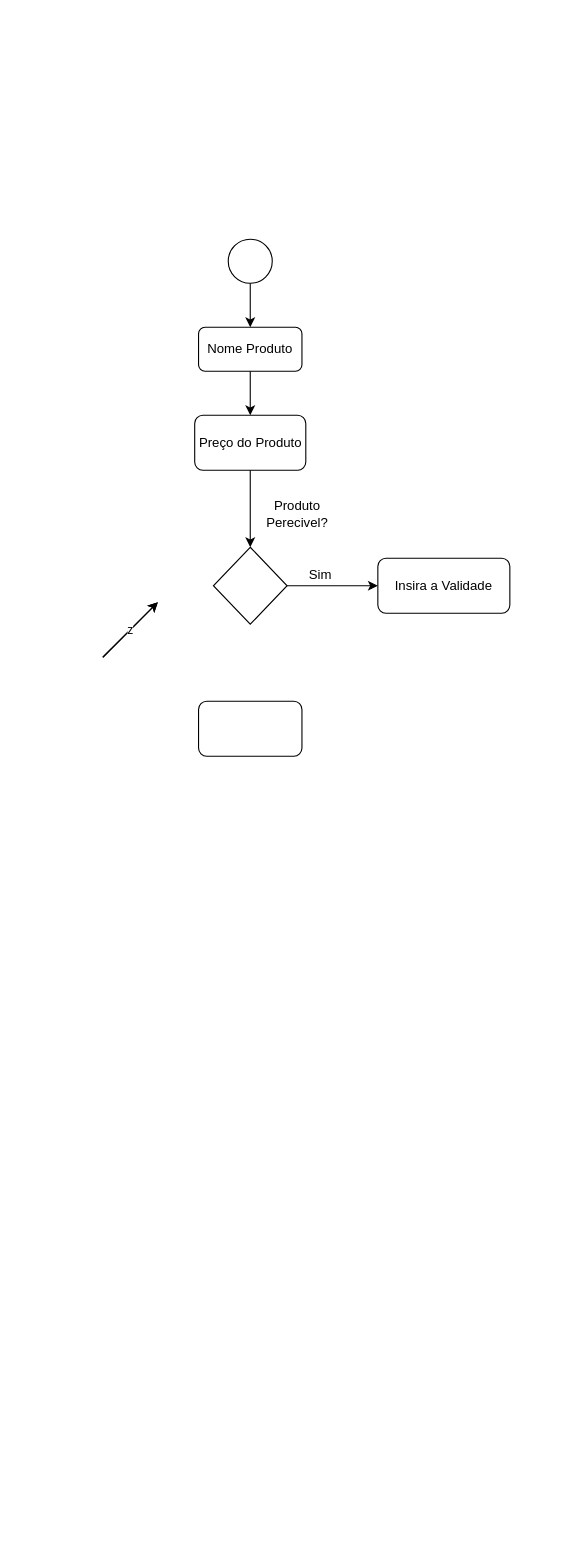
The draw.io diagram page "FluxoDeAtividadeAdicionarProduto" (5 of 6) of DiagramasPIMVII.drawio in GustavoFerreira143/AtividadeSenai, before the edit. Source tidied: cells renumbered, new cells numbered last; positions are measured from the earlier drawing's top-left corner, leaving out a move shared by most shapes. Both pictures are drawn from the tidied source at 110%, with x=0, y=0 at pixel (102, 239).
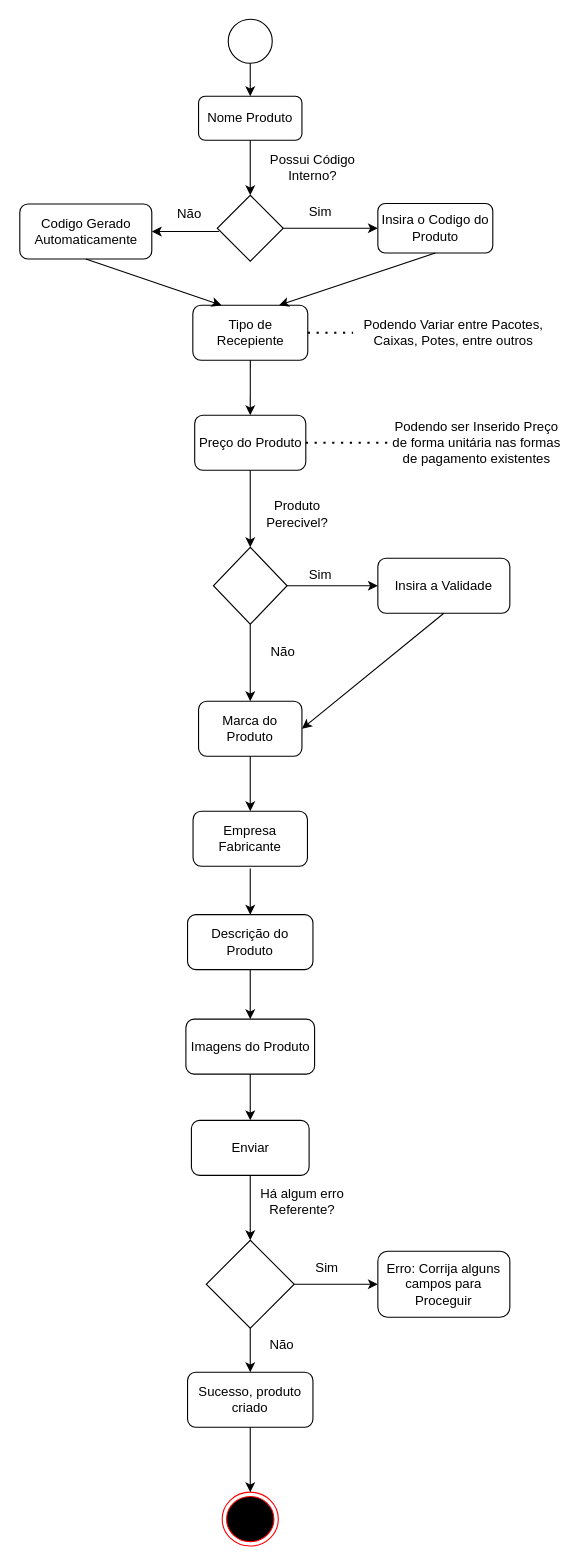
The same page after the edit.

Unchanged cells that the change refers to:
```xml
<mxCell id="5" value="Preço do Produto" style="rounded=1;whiteSpace=wrap;html=1;" parent="1" vertex="1">
  <mxGeometry x="83.5" y="160" width="101" height="50" as="geometry" />
</mxCell>
<mxCell id="7" style="rhombus;whiteSpace=wrap;html=1;" parent="1" vertex="1">
  <mxGeometry x="100.5" y="280" width="67" height="70" as="geometry" />
</mxCell>
<mxCell id="10" value="Insira a Validade" style="rounded=1;whiteSpace=wrap;html=1;" parent="1" vertex="1">
  <mxGeometry x="250" y="290" width="120" height="50" as="geometry" />
</mxCell>
```

Diff of the diagram source:
```diff
@@
     <mxCell id="2" style="ellipse;whiteSpace=wrap;html=1;" parent="1" vertex="1">
-      <mxGeometry x="114" width="40" height="40" as="geometry" />
+      <mxGeometry x="114" y="-200" width="40" height="40" as="geometry" />
     </mxCell>
     <mxCell id="3" value="Nome Produto" style="rounded=1;whiteSpace=wrap;html=1;" parent="1" vertex="1">
-      <mxGeometry x="87" y="80" width="94" height="40" as="geometry" />
+      <mxGeometry x="87" y="-130" width="94" height="40" as="geometry" />
     </mxCell>
-    <mxCell id="4" style="endArrow=classic;html=1;rounded=0;exitX=0.5;exitY=1;exitDx=0;exitDy=0;entryX=0.5;entryY=0;entryDx=0;entryDy=0;" parent="1" edge="1" source="2" target="3">
-      <mxGeometry relative="1" as="geometry" />
-    </mxCell>
@@
-    <mxCell id="6" style="endArrow=classic;html=1;rounded=0;exitX=0.5;exitY=1;exitDx=0;exitDy=0;entryX=0.5;entryY=0;entryDx=0;entryDy=0;" parent="1" edge="1" source="3" target="5">
-      <mxGeometry relative="1" as="geometry" />
-    </mxCell>
@@
-    <mxCell id="13" style="rounded=1;whiteSpace=wrap;html=1;" parent="1" vertex="1">
+    <mxCell id="13" value="Marca do Produto" style="rounded=1;whiteSpace=wrap;html=1;" parent="1" vertex="1">
       <mxGeometry x="87" y="420" width="94" height="50" as="geometry" />
     </mxCell>
-    <mxCell id="14" style="endArrow=classic;html=1;rounded=0;" parent="1" edge="1">
-      <mxGeometry relative="1" as="geometry">
-        <mxPoint y="380" as="sourcePoint" />
-        <mxPoint x="50" y="330" as="targetPoint" />
-      </mxGeometry>
-    </mxCell>
-    <mxCell id="15" value="z" style="endArrow=classic;html=1;rounded=0;" parent="1" edge="1">
-      <mxGeometry relative="1" as="geometry">
-        <mxPoint y="380" as="sourcePoint" />
-        <mxPoint x="50" y="330" as="targetPoint" />
-      </mxGeometry>
+    <mxCell id="15" style="endArrow=classic;html=1;rounded=0;exitX=0.5;exitY=1;exitDx=0;exitDy=0;entryX=0.5;entryY=0;entryDx=0;entryDy=0;" parent="1" edge="1" source="7" target="13">
+      <mxGeometry x="-0.01" relative="1" as="geometry" />
     </mxCell>
+    <mxCell id="16" value="Não" style="text;html=1;align=center;verticalAlign=middle;whiteSpace=wrap;rounded=0;" parent="1" vertex="1">
+      <mxGeometry x="134" y="360" width="60" height="30" as="geometry" />
+    </mxCell>
+    <mxCell id="17" value="Empresa Fabricante" style="rounded=1;whiteSpace=wrap;html=1;" parent="1" vertex="1">
+      <mxGeometry x="82" y="520" width="104" height="50" as="geometry" />
+    </mxCell>
+    <mxCell id="18" style="endArrow=classic;html=1;rounded=0;exitX=0.5;exitY=1;exitDx=0;exitDy=0;entryX=0.5;entryY=0;entryDx=0;entryDy=0;" parent="1" edge="1" source="13" target="17">
+      <mxGeometry relative="1" as="geometry" />
+    </mxCell>
+    <mxCell id="19" style="endArrow=classic;html=1;rounded=0;exitX=0.5;exitY=1;exitDx=0;exitDy=0;entryX=1;entryY=0.5;entryDx=0;entryDy=0;" parent="1" edge="1" source="10" target="13">
+      <mxGeometry relative="1" as="geometry" />
+    </mxCell>
+    <mxCell id="20" value="Descrição do Produto" style="rounded=1;whiteSpace=wrap;html=1;" parent="1" vertex="1">
+      <mxGeometry x="77" y="614" width="114" height="50" as="geometry" />
+    </mxCell>
+    <mxCell id="21" style="endArrow=classic;html=1;rounded=0;entryX=0.5;entryY=0;entryDx=0;entryDy=0;" parent="1" edge="1" target="20">
+      <mxGeometry relative="1" as="geometry">
+        <mxPoint x="134" y="572" as="sourcePoint" />
+      </mxGeometry>
+    </mxCell>
+    <mxCell id="22" value="Imagens do Produto" style="rounded=1;whiteSpace=wrap;html=1;" parent="1" vertex="1">
+      <mxGeometry x="75.5" y="709" width="117" height="50" as="geometry" />
+    </mxCell>
+    <mxCell id="23" style="endArrow=classic;html=1;rounded=0;exitX=0.5;exitY=1;exitDx=0;exitDy=0;entryX=0.5;entryY=0;entryDx=0;entryDy=0;" parent="1" edge="1" source="20" target="22">
+      <mxGeometry relative="1" as="geometry" />
+    </mxCell>
+    <mxCell id="24" value="Podendo ser Inserido Preço de forma unitária nas formas de pagamento existentes" style="text;html=1;align=center;verticalAlign=middle;whiteSpace=wrap;rounded=0;" parent="1" vertex="1">
+      <mxGeometry x="260" y="145" width="160" height="80" as="geometry" />
+    </mxCell>
+    <mxCell id="25" style="endArrow=none;dashed=1;html=1;dashPattern=1 3;strokeWidth=2;rounded=0;entryX=0;entryY=0.5;entryDx=0;entryDy=0;exitX=1;exitY=0.5;exitDx=0;exitDy=0;" parent="1" edge="1" source="5" target="24">
+      <mxGeometry relative="1" as="geometry" />
+    </mxCell>
+    <mxCell id="26" value="Enviar" style="rounded=1;whiteSpace=wrap;html=1;" parent="1" vertex="1">
+      <mxGeometry x="80.5" y="801" width="107" height="50" as="geometry" />
+    </mxCell>
+    <mxCell id="27" style="endArrow=classic;html=1;rounded=0;entryX=0.5;entryY=0;entryDx=0;entryDy=0;exitX=0.5;exitY=1;exitDx=0;exitDy=0;" parent="1" edge="1" source="22" target="26">
+      <mxGeometry relative="1" as="geometry" />
+    </mxCell>
+    <mxCell id="28" style="rhombus;whiteSpace=wrap;html=1;" parent="1" vertex="1">
+      <mxGeometry x="94" y="910" width="80" height="80" as="geometry" />
+    </mxCell>
+    <mxCell id="29" style="endArrow=classic;html=1;rounded=0;exitX=0.5;exitY=1;exitDx=0;exitDy=0;entryX=0.5;entryY=0;entryDx=0;entryDy=0;" parent="1" edge="1" source="26" target="28">
+      <mxGeometry relative="1" as="geometry" />
+    </mxCell>
+    <mxCell id="30" value="Erro: Corrija alguns campos para Proceguir" style="rounded=1;whiteSpace=wrap;html=1;" parent="1" vertex="1">
+      <mxGeometry x="250" y="920" width="120" height="60" as="geometry" />
+    </mxCell>
+    <mxCell id="31" value="Sucesso, produto criado" style="rounded=1;whiteSpace=wrap;html=1;" parent="1" vertex="1">
+      <mxGeometry x="77" y="1030" width="114" height="50" as="geometry" />
+    </mxCell>
+    <mxCell id="32" style="endArrow=classic;html=1;rounded=0;entryX=0;entryY=0.5;entryDx=0;entryDy=0;exitX=1;exitY=0.5;exitDx=0;exitDy=0;" parent="1" edge="1" source="28" target="30">
+      <mxGeometry relative="1" as="geometry" />
+    </mxCell>
+    <mxCell id="33" style="endArrow=classic;html=1;rounded=0;entryX=0.5;entryY=0;entryDx=0;entryDy=0;exitX=0.5;exitY=1;exitDx=0;exitDy=0;" parent="1" edge="1" source="28" target="31">
+      <mxGeometry relative="1" as="geometry" />
+    </mxCell>
+    <mxCell id="34" style="ellipse;html=1;shape=endState;fillColor=#000000;strokeColor=#ff0000;" parent="1" vertex="1">
+      <mxGeometry x="108.5" y="1139" width="51" height="49" as="geometry" />
+    </mxCell>
+    <mxCell id="35" style="endArrow=classic;html=1;rounded=0;entryX=0.5;entryY=0;entryDx=0;entryDy=0;exitX=0.5;exitY=1;exitDx=0;exitDy=0;" parent="1" edge="1" source="31" target="34">
+      <mxGeometry relative="1" as="geometry" />
+    </mxCell>
+    <mxCell id="36" value="Há algum erro Referente?" style="text;html=1;align=center;verticalAlign=middle;whiteSpace=wrap;rounded=0;" parent="1" vertex="1">
+      <mxGeometry x="134.5" y="860" width="93" height="30" as="geometry" />
+    </mxCell>
+    <mxCell id="37" value="Sim" style="text;html=1;align=center;verticalAlign=middle;whiteSpace=wrap;rounded=0;" parent="1" vertex="1">
+      <mxGeometry x="174" y="920" width="60" height="30" as="geometry" />
+    </mxCell>
+    <mxCell id="38" value="Não" style="text;html=1;align=center;verticalAlign=middle;whiteSpace=wrap;rounded=0;" parent="1" vertex="1">
+      <mxGeometry x="132.5" y="990" width="60" height="30" as="geometry" />
+    </mxCell>
+    <mxCell id="4" style="endArrow=classic;html=1;rounded=0;exitX=0.5;exitY=1;exitDx=0;exitDy=0;entryX=0.5;entryY=0;entryDx=0;entryDy=0;" parent="1" edge="1" source="2" target="3">
+      <mxGeometry relative="1" as="geometry" />
+    </mxCell>
+    <mxCell id="39" style="rhombus;whiteSpace=wrap;html=1;" parent="1" vertex="1">
+      <mxGeometry x="104" y="-40" width="60" height="60" as="geometry" />
+    </mxCell>
+    <mxCell id="40" style="endArrow=classic;html=1;rounded=0;exitX=0.5;exitY=1;exitDx=0;exitDy=0;entryX=0.5;entryY=0;entryDx=0;entryDy=0;" parent="1" edge="1" source="3" target="39">
+      <mxGeometry relative="1" as="geometry" />
+    </mxCell>
+    <mxCell id="41" value="Possui Código Interno?" style="text;html=1;align=center;verticalAlign=middle;whiteSpace=wrap;rounded=0;" parent="1" vertex="1">
+      <mxGeometry x="145.5" y="-80" width="90" height="30" as="geometry" />
+    </mxCell>
+    <mxCell id="42" value="Insira o Codigo do Produto" style="rounded=1;whiteSpace=wrap;html=1;" parent="1" vertex="1">
+      <mxGeometry x="250" y="-32.5" width="104.5" height="45" as="geometry" />
+    </mxCell>
+    <mxCell id="43" style="endArrow=classic;html=1;rounded=0;entryX=0;entryY=0.5;entryDx=0;entryDy=0;exitX=1;exitY=0.5;exitDx=0;exitDy=0;" parent="1" edge="1" source="39" target="42">
+      <mxGeometry relative="1" as="geometry" />
+    </mxCell>
+    <mxCell id="44" value="Sim" style="text;html=1;align=center;verticalAlign=middle;whiteSpace=wrap;rounded=0;" parent="1" vertex="1">
+      <mxGeometry x="167.5" y="-40" width="60" height="30" as="geometry" />
+    </mxCell>
+    <mxCell id="45" value="Codigo Gerado Automaticamente" style="rounded=1;whiteSpace=wrap;html=1;" parent="1" vertex="1">
+      <mxGeometry x="-75.5" y="-32" width="120" height="50" as="geometry" />
+    </mxCell>
+    <mxCell id="46" value="Não" style="text;html=1;align=center;verticalAlign=middle;whiteSpace=wrap;rounded=0;" parent="1" vertex="1">
+      <mxGeometry x="48.5" y="-38" width="60" height="30" as="geometry" />
+    </mxCell>
+    <mxCell id="47" style="endArrow=classic;html=1;rounded=0;entryX=1;entryY=0.5;entryDx=0;entryDy=0;" parent="1" edge="1" target="45">
+      <mxGeometry relative="1" as="geometry">
+        <mxPoint x="105.5" y="-7" as="sourcePoint" />
+      </mxGeometry>
+    </mxCell>
+    <mxCell id="48" value="Tipo de Recepiente" style="rounded=1;whiteSpace=wrap;html=1;" parent="1" vertex="1">
+      <mxGeometry x="81.8" y="60" width="104.5" height="50" as="geometry" />
+    </mxCell>
+    <mxCell id="49" style="endArrow=classic;html=1;rounded=0;exitX=0.5;exitY=1;exitDx=0;exitDy=0;entryX=0.25;entryY=0;entryDx=0;entryDy=0;" parent="1" edge="1" source="45" target="48">
+      <mxGeometry relative="1" as="geometry" />
+    </mxCell>
+    <mxCell id="50" style="endArrow=classic;html=1;rounded=0;exitX=0.5;exitY=1;exitDx=0;exitDy=0;entryX=0.75;entryY=0;entryDx=0;entryDy=0;" parent="1" edge="1" source="42" target="48">
+      <mxGeometry relative="1" as="geometry" />
+    </mxCell>
+    <mxCell id="51" style="endArrow=classic;html=1;rounded=0;exitX=0.5;exitY=1;exitDx=0;exitDy=0;entryX=0.5;entryY=0;entryDx=0;entryDy=0;" parent="1" edge="1" source="48" target="5">
+      <mxGeometry relative="1" as="geometry" />
+    </mxCell>
+    <mxCell id="52" value="Podendo Variar entre Pacotes, Caixas, Potes, entre outros" style="text;html=1;align=center;verticalAlign=middle;whiteSpace=wrap;rounded=0;" parent="1" vertex="1">
+      <mxGeometry x="227.5" y="60" width="181.5" height="50" as="geometry" />
+    </mxCell>
+    <mxCell id="53" style="endArrow=none;dashed=1;html=1;dashPattern=1 3;strokeWidth=2;rounded=0;exitX=1;exitY=0.5;exitDx=0;exitDy=0;entryX=0;entryY=0.5;entryDx=0;entryDy=0;" parent="1" edge="1" source="48" target="52">
+      <mxGeometry relative="1" as="geometry" />
+    </mxCell>
```
